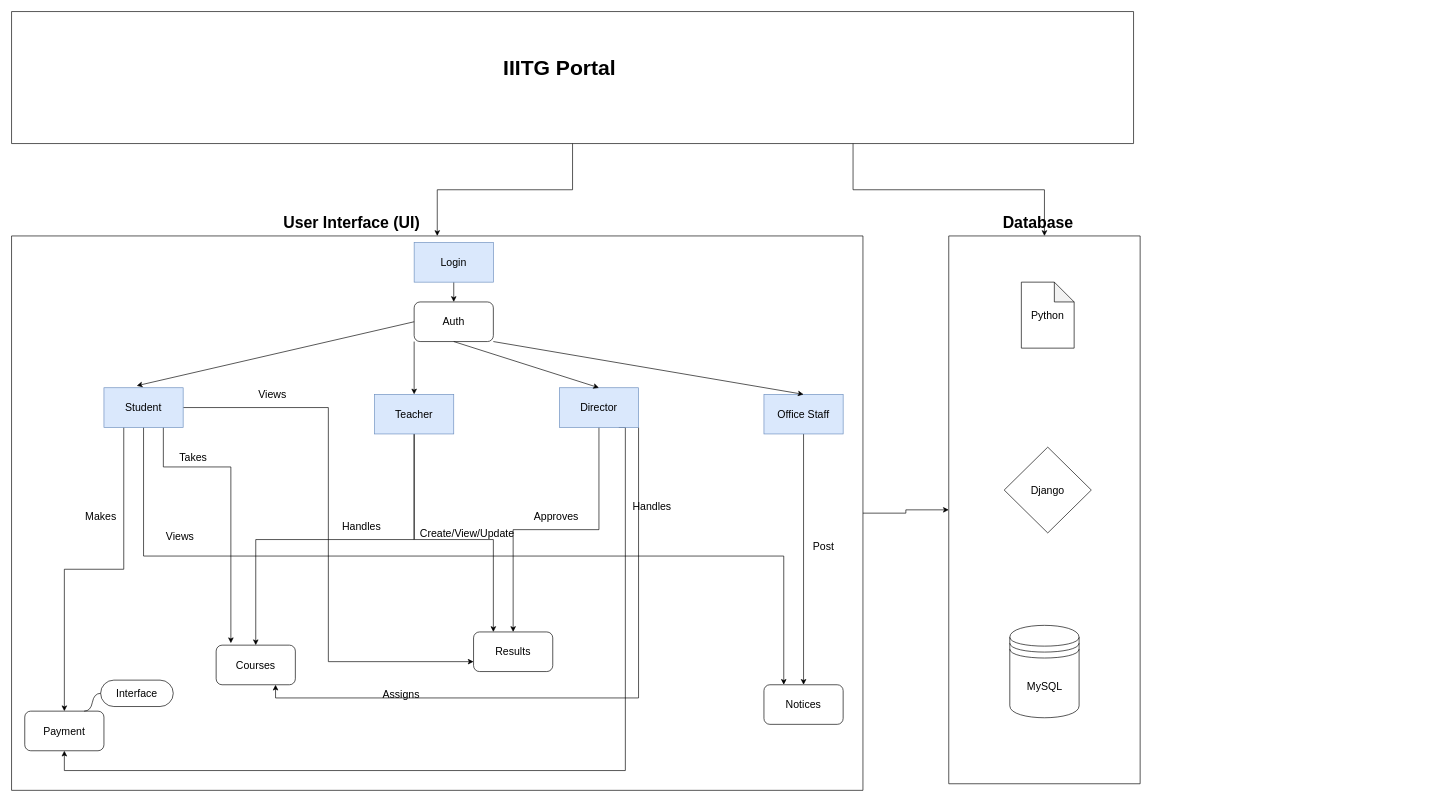
Above: Untitled Diagram.drawio in nityanandmathur/IIITG-Portal (draw.io), before the change. Source tidied: cells renumbered, new cells numbered last; positions are measured from the earlier drawing's top-left corner, leaving out a move shared by most shapes. Both pictures are drawn from the tidied source at 66%, with x=0, y=0 at pixel (11, 11).
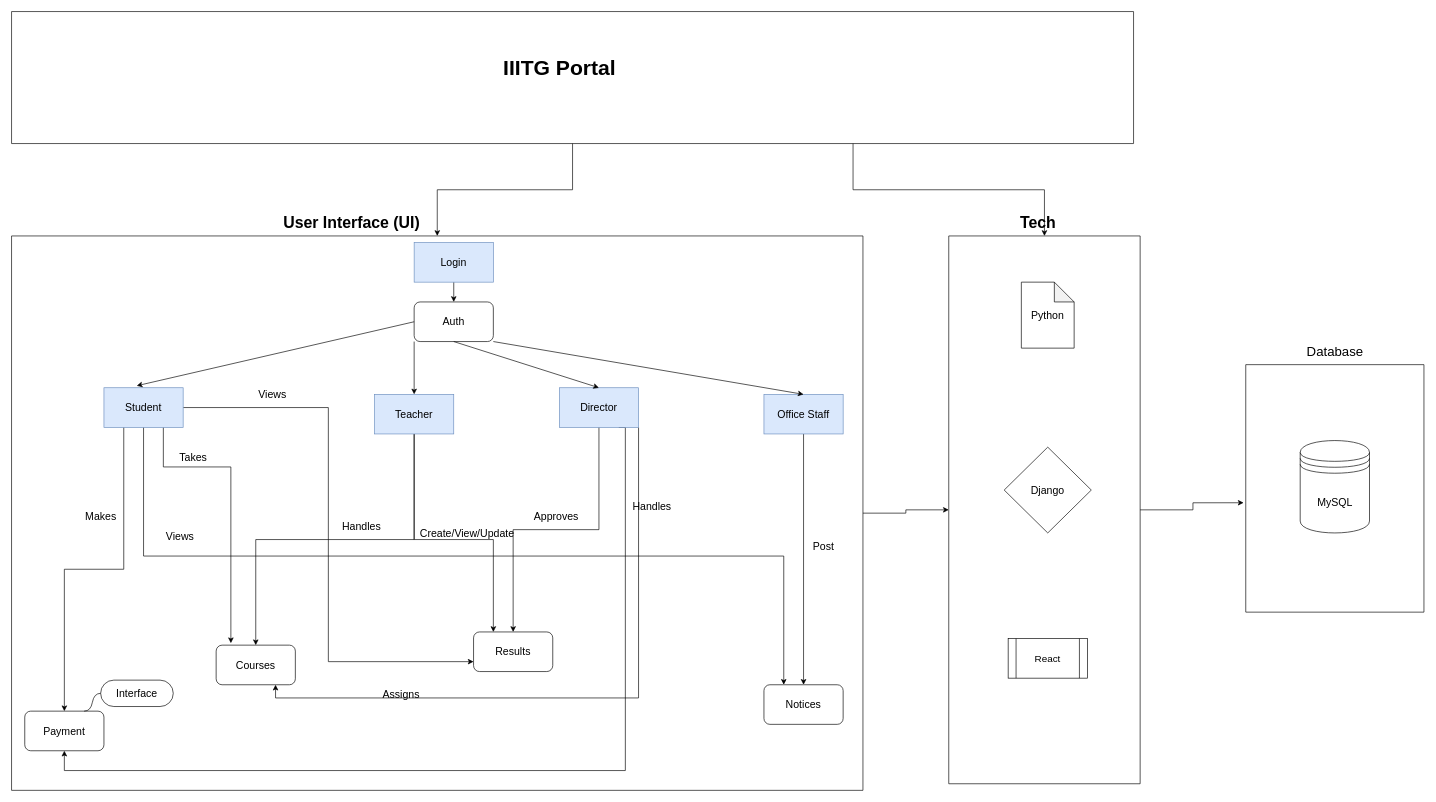
The same page after the edit.

The change refers to these unchanged cells:
```xml
<mxCell id="41" style="swimlane;startSize=0;fontSize=16;" parent="1" vertex="1">
  <mxGeometry x="1420" y="340" width="290" height="830" as="geometry" />
</mxCell>
```

Diff of the diagram source:
```diff
@@
+    <mxCell id="51" style="edgeStyle=orthogonalEdgeStyle;rounded=0;jettySize=auto;html=1;exitX=1;exitY=0.5;exitDx=0;exitDy=0;entryX=-0.012;entryY=0.558;entryDx=0;entryDy=0;entryPerimeter=0;" parent="1" edge="1" source="41" target="53">
+      <mxGeometry relative="1" as="geometry" />
+    </mxCell>
@@
-    <mxCell id="42" value="MySQL" style="shape=datastore;whiteSpace=wrap;html=1;fontSize=16;" parent="41" vertex="1">
-      <mxGeometry x="92.5" y="590" width="105" height="140" as="geometry" />
-    </mxCell>
@@
+    <mxCell id="52" value="&lt;font style=&quot;font-size: 15px;&quot;&gt;React&lt;/font&gt;" style="shape=process;whiteSpace=wrap;html=1;backgroundOutline=1;" parent="41" vertex="1">
+      <mxGeometry x="90" y="610" width="120" height="60" as="geometry" />
+    </mxCell>
@@
-    <mxCell id="50" value="&lt;h2&gt;Database&lt;/h2&gt;" style="text;html=1;align=center;verticalAlign=middle;strokeColor=none;fillColor=none;fontSize=16;" parent="1" vertex="1">
-      <mxGeometry x="1490" y="280" width="130" height="80" as="geometry" />
+    <mxCell id="50" value="&lt;h2&gt;Tech&lt;/h2&gt;" style="text;html=1;align=center;verticalAlign=middle;strokeColor=none;fillColor=none;fontSize=16;" parent="1" vertex="1">
+      <mxGeometry x="1515" y="280" width="80" height="80" as="geometry" />
     </mxCell>
+    <mxCell id="53" style="swimlane;startSize=0;" parent="1" vertex="1">
+      <mxGeometry x="1870" y="535" width="270" height="375" as="geometry" />
+    </mxCell>
+    <mxCell id="42" value="MySQL" style="shape=datastore;whiteSpace=wrap;html=1;fontSize=16;" parent="53" vertex="1">
+      <mxGeometry x="82.5" y="115" width="105" height="140" as="geometry" />
+    </mxCell>
+    <mxCell id="54" value="&lt;font style=&quot;font-size: 20px;&quot;&gt;Database&lt;/font&gt;" style="text;html=1;align=center;verticalAlign=middle;strokeColor=none;fillColor=none;" parent="1" vertex="1">
+      <mxGeometry x="1950" y="495" width="110" height="40" as="geometry" />
+    </mxCell>
```
